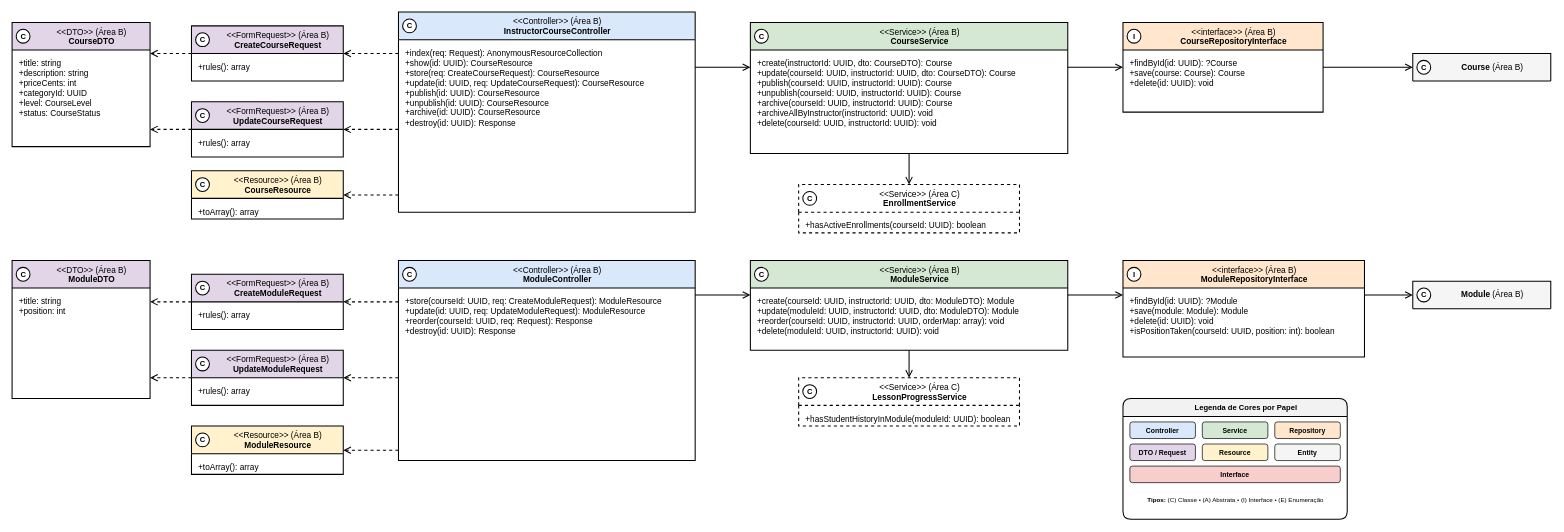
Plataforma-de-Cursos-TCC/plataforma-cursos-docs keeps this draw.io diagram as especificacao/diagramas/13-classes-area-b-implementacao-cursos-modulos.drawio. Above is the earlier version. Source tidied: cells renumbered, new cells numbered last; positions are measured from the earlier drawing's top-left corner, leaving out a move shared by most shapes. Both pictures are drawn from the tidied source at 69%, with x=0, y=0 at pixel (12, 12).
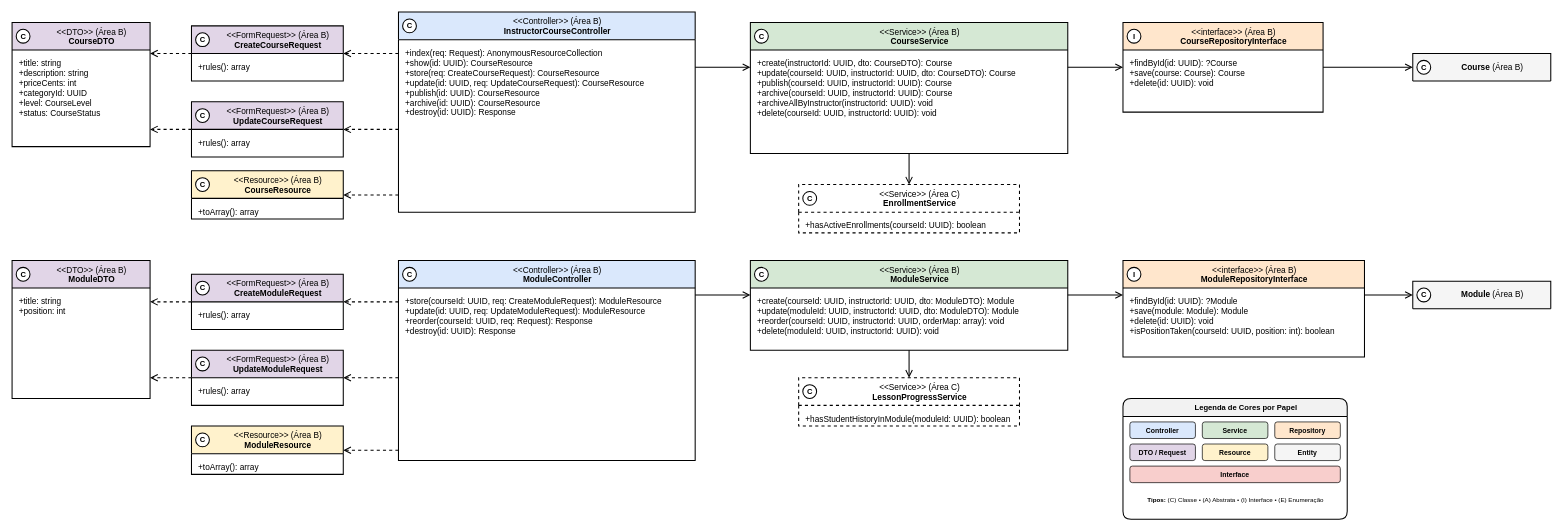
The same diagram, later.

Commit message (it also covers changes not shown here):
docs(spec): remove return to draft when enrolled and replace unpublish with archive

Unchanged cells that the change refers to:
```xml
<mxCell id="18" value="&amp;lt;&amp;lt;Controller&amp;gt;&amp;gt; (Área B)&lt;br&gt;&lt;b&gt;InstructorCourseController&lt;/b&gt;" style="swimlane;html=1;fontStyle=0;align=center;verticalAlign=top;startSize=40;fillColor=#DAE8FC;swimlaneFillColor=#FFFFFF;strokeColor=#000000;strokeWidth=1.5;fontFamily=Helvetica;fontSize=12;fontColor=#000000;rounded=0;spacingLeft=30;" parent="1" vertex="1">
  <mxGeometry x="560" width="430" height="290" as="geometry" />
</mxCell>
<mxCell id="20" value="&amp;lt;&amp;lt;Service&amp;gt;&amp;gt; (Área B)&lt;br&gt;&lt;b&gt;CourseService&lt;/b&gt;" style="swimlane;html=1;fontStyle=0;align=center;verticalAlign=top;startSize=40;fillColor=#D5E8D4;swimlaneFillColor=#FFFFFF;strokeColor=#000000;strokeWidth=1.5;fontFamily=Helvetica;fontSize=12;fontColor=#000000;rounded=0;spacingLeft=30;" parent="1" vertex="1">
  <mxGeometry x="1070" y="15" width="460" height="190" as="geometry" />
</mxCell>
```

Diff of the diagram source:
```diff
@@
-    <mxCell id="19" value="+index(req: Request): AnonymousResourceCollection&lt;br&gt;+show(id: UUID): CourseResource&lt;br&gt;+store(req: CreateCourseRequest): CourseResource&lt;br&gt;+update(id: UUID, req: UpdateCourseRequest): CourseResource&lt;br&gt;+publish(id: UUID): CourseResource&lt;br&gt;+unpublish(id: UUID): CourseResource&lt;br&gt;+archive(id: UUID): CourseResource&lt;br&gt;+destroy(id: UUID): Response" style="text;html=1;align=left;verticalAlign=top;spacingLeft=8;spacingRight=8;spacingTop=6;fontSize=12;fontFamily=Helvetica;fontColor=#000000;strokeColor=none;fillColor=none;" parent="18" vertex="1">
+    <mxCell id="19" value="+index(req: Request): AnonymousResourceCollection&lt;br&gt;+show(id: UUID): CourseResource&lt;br&gt;+store(req: CreateCourseRequest): CourseResource&lt;br&gt;+update(id: UUID, req: UpdateCourseRequest): CourseResource&lt;br&gt;+publish(id: UUID): CourseResource&lt;br&gt;+archive(id: UUID): CourseResource&lt;br&gt;+destroy(id: UUID): Response" style="text;html=1;align=left;verticalAlign=top;spacingLeft=8;spacingRight=8;spacingTop=6;fontSize=12;fontFamily=Helvetica;fontColor=#000000;strokeColor=none;fillColor=none;" parent="18" vertex="1">
       <mxGeometry y="40" width="410" height="150" as="geometry" />
     </mxCell>
@@
-    <mxCell id="23" value="+create(instructorId: UUID, dto: CourseDTO): Course&lt;br&gt;+update(courseId: UUID, instructorId: UUID, dto: CourseDTO): Course&lt;br&gt;+publish(courseId: UUID, instructorId: UUID): Course&lt;br&gt;+unpublish(courseId: UUID, instructorId: UUID): Course&lt;br&gt;+archive(courseId: UUID, instructorId: UUID): Course&lt;br&gt;+archiveAllByInstructor(instructorId: UUID): void&lt;br&gt;+delete(courseId: UUID, instructorId: UUID): void" style="text;html=1;align=left;verticalAlign=top;spacingLeft=8;spacingRight=8;spacingTop=6;fontSize=12;fontFamily=Helvetica;fontColor=#000000;strokeColor=none;fillColor=none;" parent="20" vertex="1">
+    <mxCell id="23" value="+create(instructorId: UUID, dto: CourseDTO): Course&lt;br&gt;+update(courseId: UUID, instructorId: UUID, dto: CourseDTO): Course&lt;br&gt;+publish(courseId: UUID, instructorId: UUID): Course&lt;br&gt;+archive(courseId: UUID, instructorId: UUID): Course&lt;br&gt;+archiveAllByInstructor(instructorId: UUID): void&lt;br&gt;+delete(courseId: UUID, instructorId: UUID): void" style="text;html=1;align=left;verticalAlign=top;spacingLeft=8;spacingRight=8;spacingTop=6;fontSize=12;fontFamily=Helvetica;fontColor=#000000;strokeColor=none;fillColor=none;" parent="20" vertex="1">
       <mxGeometry y="40" width="460" height="150" as="geometry" />
     </mxCell>
```
